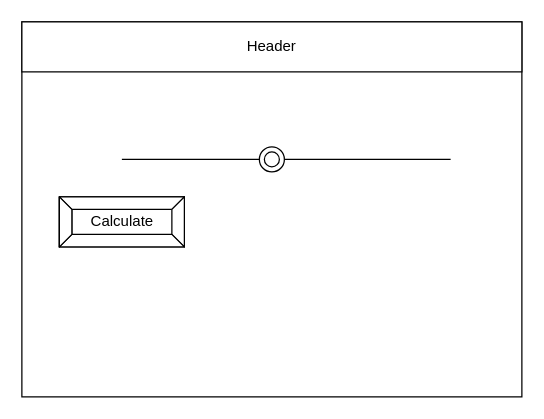
The draw.io diagram design/story-board.drawio in Ali-Mugamai/ICS20-5-06-JS, before the edit. Source tidied: cells renumbered, new cells numbered last; positions are measured from the earlier drawing's top-left corner, leaving out a move shared by most shapes. Both pictures are drawn from the tidied source at 125%, with x=0, y=0 at pixel (21, 21).
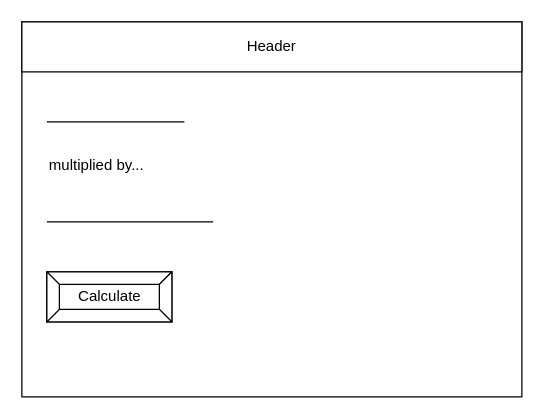
The same page after the edit.

Diff of the diagram source:
```diff
@@
 <mxGraphModel>
   <root>
     <mxCell id="0" />
     <mxCell id="1" parent="0" />
     <mxCell id="2" style="rounded=0;whiteSpace=wrap;html=1;" parent="1" vertex="1">
       <mxGeometry width="400" height="300" as="geometry" />
     </mxCell>
     <mxCell id="3" value="Header" style="rounded=0;whiteSpace=wrap;html=1;" parent="1" vertex="1">
       <mxGeometry width="400" height="40" as="geometry" />
     </mxCell>
     <mxCell id="4" value="Calculate" style="labelPosition=center;verticalLabelPosition=middle;align=center;html=1;shape=mxgraph.basic.button;dx=10;" parent="1" vertex="1">
-      <mxGeometry x="30" y="140" width="100" height="40" as="geometry" />
+      <mxGeometry x="20" y="200" width="100" height="40" as="geometry" />
     </mxCell>
-    <mxCell id="5" style="endArrow=none;html=1;startArrow=none;" parent="1" edge="1" source="6">
+    <mxCell id="5" style="endArrow=none;html=1;startArrow=none;" parent="1" edge="1">
       <mxGeometry relative="1" as="geometry">
-        <mxPoint x="343" y="110" as="targetPoint" />
+        <mxPoint x="20" y="160" as="sourcePoint" />
+        <mxPoint x="153" y="160" as="targetPoint" />
       </mxGeometry>
     </mxCell>
-    <mxCell id="6" style="ellipse;shape=doubleEllipse;whiteSpace=wrap;html=1;" parent="1" vertex="1">
-      <mxGeometry x="190" y="100" width="20" height="20" as="geometry" />
-    </mxCell>
-    <mxCell id="7" style="endArrow=none;html=1;" parent="1" edge="1" target="6">
+    <mxCell id="7" style="endArrow=none;html=1;" parent="1" edge="1">
       <mxGeometry relative="1" as="geometry">
-        <mxPoint x="80" y="110" as="sourcePoint" />
+        <mxPoint x="20" y="80" as="sourcePoint" />
+        <mxPoint x="130" y="80" as="targetPoint" />
       </mxGeometry>
     </mxCell>
+    <mxCell id="8" value="multiplied by..." style="text;html=1;strokeColor=none;fillColor=none;align=center;verticalAlign=middle;whiteSpace=wrap;rounded=0;" parent="1" vertex="1">
+      <mxGeometry x="10" y="100" width="100" height="30" as="geometry" />
+    </mxCell>
   </root>
 </mxGraphModel>
```
